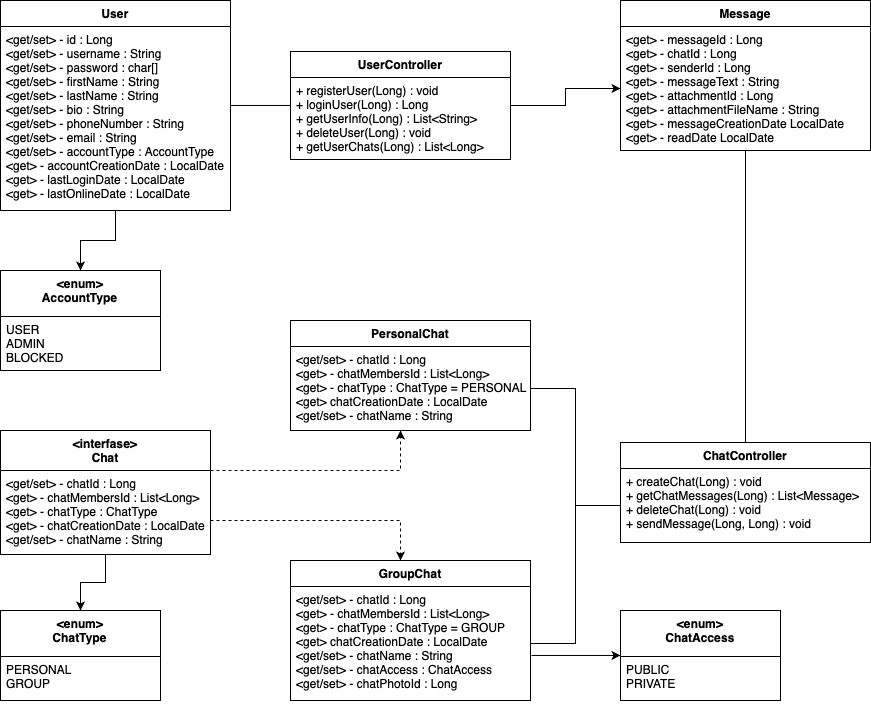
Before: media/UML.png, a diagram exported from draw.io (kirillmisnik/Edu-Netcracker_Messenger). Source tidied: cells renumbered, new cells last; positions are measured from the earlier drawing's top-left corner, leaving out a move shared by most shapes.
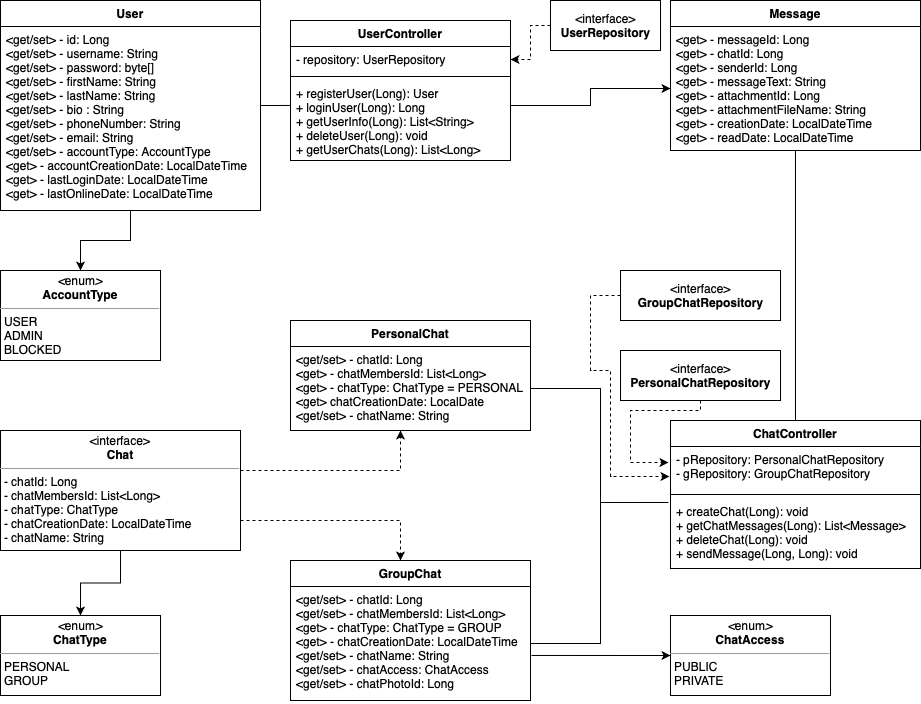
Later version of the same file.

Commit message:
User API update

Diff of the diagram source:
```diff
@@ -2,103 +2,140 @@
   <root>
     <mxCell id="0" />
     <mxCell id="1" parent="0" />
-    <mxCell id="2" style="edgeStyle=orthogonalEdgeStyle;rounded=0;jettySize=auto;html=1;entryX=0.5;entryY=0;entryDx=0;entryDy=0;startArrow=none;startFill=0;endArrow=classic;endFill=1;strokeColor=#000000;" parent="1" edge="1" source="4" target="22">
-      <mxGeometry relative="1" as="geometry" />
+    <mxCell id="2" style="edgeStyle=orthogonalEdgeStyle;rounded=0;jettySize=auto;html=1;entryX=0.5;entryY=0;entryDx=0;entryDy=0;startArrow=none;startFill=0;endArrow=classic;endFill=1;strokeColor=#000000;" parent="1" edge="1" source="4">
+      <mxGeometry relative="1" as="geometry">
+        <mxPoint x="80" y="270" as="targetPoint" />
+      </mxGeometry>
     </mxCell>
-    <mxCell id="3" style="edgeStyle=orthogonalEdgeStyle;rounded=0;jettySize=auto;html=1;entryX=0;entryY=0.341;entryDx=0;entryDy=0;entryPerimeter=0;endArrow=none;endFill=0;" parent="1" edge="1" source="4" target="8">
-      <mxGeometry relative="1" as="geometry" />
+    <mxCell id="3" style="edgeStyle=orthogonalEdgeStyle;rounded=0;jettySize=auto;html=1;entryX=0;entryY=0.341;entryDx=0;entryDy=0;entryPerimeter=0;endArrow=none;endFill=0;" parent="1" edge="1" source="4">
+      <mxGeometry relative="1" as="geometry">
+        <mxPoint x="290" y="105" as="targetPoint" />
+      </mxGeometry>
     </mxCell>
     <mxCell id="4" value="User" style="swimlane;fontStyle=1;align=center;verticalAlign=top;horizontal=1;startSize=26;" parent="1" vertex="1">
-      <mxGeometry width="230" height="210" as="geometry" />
+      <mxGeometry width="260" height="210" as="geometry" />
     </mxCell>
-    <mxCell id="5" value="&lt;get/set&gt; - id : Long&#10;&lt;get/set&gt; - username : String&#10;&lt;get/set&gt; - password : char[]&#10;&lt;get/set&gt; - firstName : String&#10;&lt;get/set&gt; - lastName : String&#10;&lt;get/set&gt; - bio : String&#10;&lt;get/set&gt; - phoneNumber : String&#10;&lt;get/set&gt; - email : String&#10;&lt;get/set&gt; - accountType : AccountType&#10;&lt;get&gt; - accountCreationDate : LocalDate&#10;&lt;get&gt; - lastLoginDate : LocalDate&#10;&lt;get&gt; - lastOnlineDate : LocalDate&#10;" style="text;align=left;verticalAlign=top;spacingLeft=4;spacingRight=4;overflow=hidden;" parent="4" vertex="1">
-      <mxGeometry y="26" width="230" height="184" as="geometry" />
+    <mxCell id="5" value="&lt;get/set&gt; - id: Long&#10;&lt;get/set&gt; - username: String&#10;&lt;get/set&gt; - password: byte[]&#10;&lt;get/set&gt; - firstName: String&#10;&lt;get/set&gt; - lastName: String&#10;&lt;get/set&gt; - bio : String&#10;&lt;get/set&gt; - phoneNumber: String&#10;&lt;get/set&gt; - email: String&#10;&lt;get/set&gt; - accountType: AccountType&#10;&lt;get&gt; - accountCreationDate: LocalDateTime&#10;&lt;get&gt; - lastLoginDate: LocalDateTime&#10;&lt;get&gt; - lastOnlineDate: LocalDateTime&#10;" style="text;align=left;verticalAlign=top;spacingLeft=4;spacingRight=4;overflow=hidden;" parent="4" vertex="1">
+      <mxGeometry y="26" width="260" height="184" as="geometry" />
     </mxCell>
-    <mxCell id="6" style="edgeStyle=orthogonalEdgeStyle;rounded=0;jettySize=auto;html=1;entryX=0;entryY=0.5;entryDx=0;entryDy=0;" parent="1" edge="1" source="7" target="21">
-      <mxGeometry relative="1" as="geometry" />
+    <mxCell id="6" style="edgeStyle=orthogonalEdgeStyle;rounded=0;jettySize=auto;html=1;entryX=0;entryY=0.5;entryDx=0;entryDy=0;" parent="1" edge="1" target="21">
+      <mxGeometry relative="1" as="geometry">
+        <mxPoint x="510" y="105" as="sourcePoint" />
+      </mxGeometry>
     </mxCell>
-    <mxCell id="7" value="UserController" style="swimlane;fontStyle=1;align=center;verticalAlign=top;horizontal=1;startSize=26;" parent="1" vertex="1">
-      <mxGeometry x="290" y="51" width="220" height="108" as="geometry" />
-    </mxCell>
-    <mxCell id="8" value="+ registerUser(Long) : void&#10;+ loginUser(Long) : Long&#10;+ getUserInfo(Long) : List&lt;String&gt;&#10;+ deleteUser(Long) : void&#10;+ getUserChats(Long) : List&lt;Long&gt;" style="text;strokeColor=none;fillColor=none;align=left;verticalAlign=top;spacingLeft=4;spacingRight=4;overflow=hidden;points=[[0,0.5],[1,0.5]];portConstraint=eastwest;" parent="7" vertex="1">
-      <mxGeometry y="26" width="220" height="82" as="geometry" />
-    </mxCell>
     <mxCell id="9" value="PersonalChat" style="swimlane;fontStyle=1;align=center;verticalAlign=top;horizontal=1;startSize=26;" parent="1" vertex="1">
       <mxGeometry x="290" y="320" width="240" height="110" as="geometry" />
     </mxCell>
-    <mxCell id="10" value="&lt;get/set&gt; - chatId : Long&#10;&lt;get&gt; - chatMembersId : List&lt;Long&gt;&#10;&lt;get&gt; - chatType : ChatType = PERSONAL&#10;&lt;get&gt; chatCreationDate : LocalDate&#10;&lt;get/set&gt; - chatName : String&#10;" style="text;strokeColor=none;fillColor=none;align=left;verticalAlign=top;spacingLeft=4;spacingRight=4;overflow=hidden;points=[[0,0.5],[1,0.5]];portConstraint=eastwest;" parent="9" vertex="1">
+    <mxCell id="10" value="&lt;get/set&gt; - chatId: Long&#10;&lt;get&gt; - chatMembersId: List&lt;Long&gt;&#10;&lt;get&gt; - chatType: ChatType = PERSONAL&#10;&lt;get&gt; chatCreationDate: LocalDate&#10;&lt;get/set&gt; - chatName: String&#10;" style="text;strokeColor=none;fillColor=none;align=left;verticalAlign=top;spacingLeft=4;spacingRight=4;overflow=hidden;points=[[0,0.5],[1,0.5]];portConstraint=eastwest;" parent="9" vertex="1">
       <mxGeometry y="26" width="240" height="84" as="geometry" />
     </mxCell>
-    <mxCell id="11" style="edgeStyle=orthogonalEdgeStyle;rounded=0;jettySize=auto;html=1;entryX=0.5;entryY=0;entryDx=0;entryDy=0;startArrow=none;startFill=0;endArrow=classic;endFill=1;strokeColor=#000000;" parent="1" edge="1" source="13" target="24">
+    <mxCell id="11" style="edgeStyle=orthogonalEdgeStyle;rounded=0;jettySize=auto;html=1;entryX=0.5;entryY=0;entryDx=0;entryDy=0;startArrow=none;startFill=0;endArrow=classic;endFill=1;strokeColor=#000000;exitX=0.5;exitY=1;exitDx=0;exitDy=0;" parent="1" edge="1" source="40" target="46">
       <mxGeometry relative="1" as="geometry" />
     </mxCell>
-    <mxCell id="12" style="edgeStyle=orthogonalEdgeStyle;rounded=0;jettySize=auto;html=1;dashed=1;startArrow=none;startFill=0;endArrow=classic;endFill=1;strokeColor=#000000;" parent="1" edge="1" source="13" target="15">
+    <mxCell id="12" style="edgeStyle=orthogonalEdgeStyle;rounded=0;jettySize=auto;html=1;dashed=1;startArrow=none;startFill=0;endArrow=classic;endFill=1;strokeColor=#000000;" parent="1" edge="1" source="40" target="15">
       <mxGeometry relative="1" as="geometry">
         <Array as="points">
           <mxPoint x="400" y="520" />
         </Array>
       </mxGeometry>
     </mxCell>
-    <mxCell id="13" value="&lt;interfase&gt;&#10;Chat" style="swimlane;fontStyle=1;align=center;verticalAlign=top;horizontal=1;startSize=40;" parent="1" vertex="1">
-      <mxGeometry y="430" width="210" height="124" as="geometry" />
-    </mxCell>
-    <mxCell id="14" value="&lt;get/set&gt; - chatId : Long&#10;&lt;get&gt; - chatMembersId : List&lt;Long&gt;&#10;&lt;get&gt; - chatType : ChatType&#10;&lt;get&gt; - chatCreationDate : LocalDate&#10;&lt;get/set&gt; - chatName : String" style="text;strokeColor=none;fillColor=none;align=left;verticalAlign=top;spacingLeft=4;spacingRight=4;overflow=hidden;points=[[0,0.5],[1,0.5]];portConstraint=eastwest;" parent="13" vertex="1">
-      <mxGeometry y="40" width="210" height="84" as="geometry" />
-    </mxCell>
     <mxCell id="15" value="GroupChat" style="swimlane;fontStyle=1;align=center;verticalAlign=top;horizontal=1;startSize=26;" parent="1" vertex="1">
       <mxGeometry x="290" y="560" width="240" height="140" as="geometry" />
     </mxCell>
-    <mxCell id="16" value="&lt;get/set&gt; - chatId : Long&#10;&lt;get&gt; - chatMembersId : List&lt;Long&gt;&#10;&lt;get&gt; - chatType : ChatType = GROUP&#10;&lt;get&gt; chatCreationDate : LocalDate&#10;&lt;get/set&gt; - chatName : String&#10;&lt;get/set&gt; - chatAccess : ChatAccess&#10;&lt;get/set&gt; - chatPhotoId : Long&#10;&#10;" style="text;strokeColor=none;fillColor=none;align=left;verticalAlign=top;spacingLeft=4;spacingRight=4;overflow=hidden;points=[[0,0.5],[1,0.5]];portConstraint=eastwest;" parent="15" vertex="1">
+    <mxCell id="16" value="&lt;get/set&gt; - chatId: Long&#10;&lt;get/set&gt; - chatMembersId: List&lt;Long&gt;&#10;&lt;get&gt; - chatType: ChatType = GROUP&#10;&lt;get&gt; - chatCreationDate: LocalDateTime&#10;&lt;get/set&gt; - chatName: String&#10;&lt;get/set&gt; - chatAccess: ChatAccess&#10;&lt;get/set&gt; - chatPhotoId: Long&#10;&#10;" style="text;strokeColor=none;fillColor=none;align=left;verticalAlign=top;spacingLeft=4;spacingRight=4;overflow=hidden;points=[[0,0.5],[1,0.5]];portConstraint=eastwest;" parent="15" vertex="1">
       <mxGeometry y="26" width="240" height="114" as="geometry" />
     </mxCell>
-    <mxCell id="17" value="ChatController" style="swimlane;fontStyle=1;align=center;verticalAlign=top;horizontal=1;startSize=26;" parent="1" vertex="1">
-      <mxGeometry x="620" y="442" width="250" height="100" as="geometry" />
-    </mxCell>
-    <mxCell id="18" value="+ createChat(Long) : void&#10;+ getChatMessages(Long) : List&lt;Message&gt;&#10;+ deleteChat(Long) : void&#10;+ sendMessage(Long, Long) : void" style="text;strokeColor=none;fillColor=none;align=left;verticalAlign=top;spacingLeft=4;spacingRight=4;overflow=hidden;points=[[0,0.5],[1,0.5]];portConstraint=eastwest;" parent="17" vertex="1">
-      <mxGeometry y="26" width="250" height="74" as="geometry" />
-    </mxCell>
     <mxCell id="19" style="edgeStyle=orthogonalEdgeStyle;rounded=0;jettySize=auto;html=1;entryX=0.5;entryY=0;entryDx=0;entryDy=0;startArrow=none;startFill=0;endArrow=none;endFill=0;strokeColor=#000000;" parent="1" edge="1" source="20" target="17">
       <mxGeometry relative="1" as="geometry" />
     </mxCell>
     <mxCell id="20" value="Message" style="swimlane;fontStyle=1;align=center;verticalAlign=top;horizontal=1;startSize=26;" parent="1" vertex="1">
-      <mxGeometry x="620" width="250" height="150" as="geometry" />
+      <mxGeometry x="670" width="250" height="150" as="geometry" />
     </mxCell>
-    <mxCell id="21" value="&lt;get&gt; - messageId : Long&#10;&lt;get&gt; - chatId : Long&#10;&lt;get&gt; - senderId : Long&#10;&lt;get&gt; - messageText : String&#10;&lt;get&gt; - attachmentId : Long&#10;&lt;get&gt; - attachmentFileName : String&#10;&lt;get&gt; - messageCreationDate LocalDate&#10;&lt;get&gt; - readDate LocalDate" style="text;strokeColor=none;fillColor=none;align=left;verticalAlign=top;spacingLeft=4;spacingRight=4;overflow=hidden;points=[[0,0.5],[1,0.5]];portConstraint=eastwest;" parent="20" vertex="1">
+    <mxCell id="21" value="&lt;get&gt; - messageId: Long&#10;&lt;get&gt; - chatId: Long&#10;&lt;get&gt; - senderId: Long&#10;&lt;get&gt; - messageText: String&#10;&lt;get&gt; - attachmentId: Long&#10;&lt;get&gt; - attachmentFileName: String&#10;&lt;get&gt; - creationDate: LocalDateTime&#10;&lt;get&gt; - readDate: LocalDateTime" style="text;strokeColor=none;fillColor=none;align=left;verticalAlign=top;spacingLeft=4;spacingRight=4;overflow=hidden;points=[[0,0.5],[1,0.5]];portConstraint=eastwest;" parent="20" vertex="1">
       <mxGeometry y="26" width="250" height="124" as="geometry" />
     </mxCell>
-    <mxCell id="22" value="&lt;enum&gt;&#10;AccountType" style="swimlane;fontStyle=1;align=center;verticalAlign=top;horizontal=1;startSize=46;" parent="1" vertex="1">
-      <mxGeometry y="270" width="160" height="100" as="geometry" />
-    </mxCell>
-    <mxCell id="23" value="USER&#10;ADMIN&#10;BLOCKED" style="text;strokeColor=none;fillColor=none;align=left;verticalAlign=top;spacingLeft=4;spacingRight=4;overflow=hidden;" parent="22" vertex="1">
-      <mxGeometry y="46" width="160" height="54" as="geometry" />
-    </mxCell>
-    <mxCell id="24" value="&lt;enum&gt;&#10;ChatType" style="swimlane;fontStyle=1;align=center;verticalAlign=top;horizontal=1;startSize=46;" parent="1" vertex="1">
-      <mxGeometry y="610" width="160" height="90" as="geometry" />
-    </mxCell>
-    <mxCell id="25" value="PERSONAL&#10;GROUP" style="text;strokeColor=none;fillColor=none;align=left;verticalAlign=top;spacingLeft=4;spacingRight=4;overflow=hidden;" parent="24" vertex="1">
-      <mxGeometry y="46" width="160" height="44" as="geometry" />
-    </mxCell>
-    <mxCell id="26" style="edgeStyle=orthogonalEdgeStyle;rounded=0;jettySize=auto;html=1;startArrow=none;startFill=0;endArrow=classic;endFill=1;strokeColor=#000000;dashed=1;" parent="1" edge="1" source="14" target="9">
+    <mxCell id="26" style="edgeStyle=orthogonalEdgeStyle;rounded=0;jettySize=auto;html=1;startArrow=none;startFill=0;endArrow=classic;endFill=1;strokeColor=#000000;dashed=1;" parent="1" edge="1" source="40" target="9">
       <mxGeometry relative="1" as="geometry">
         <Array as="points">
           <mxPoint x="400" y="470" />
         </Array>
       </mxGeometry>
     </mxCell>
-    <mxCell id="27" style="edgeStyle=orthogonalEdgeStyle;rounded=0;jettySize=auto;html=1;entryX=0;entryY=0.5;entryDx=0;entryDy=0;startArrow=none;startFill=0;endArrow=none;endFill=0;strokeColor=#000000;" parent="1" edge="1" source="10" target="18">
+    <mxCell id="27" style="edgeStyle=orthogonalEdgeStyle;rounded=0;jettySize=auto;html=1;entryX=-0.012;entryY=0.057;entryDx=0;entryDy=0;startArrow=none;startFill=0;endArrow=none;endFill=0;strokeColor=#000000;entryPerimeter=0;" parent="1" edge="1" source="10" target="39">
       <mxGeometry relative="1" as="geometry" />
     </mxCell>
-    <mxCell id="28" style="edgeStyle=orthogonalEdgeStyle;rounded=0;jettySize=auto;html=1;entryX=0;entryY=0.5;entryDx=0;entryDy=0;startArrow=none;startFill=0;endArrow=none;endFill=0;strokeColor=#000000;" parent="1" edge="1" source="16" target="18">
+    <mxCell id="28" style="edgeStyle=orthogonalEdgeStyle;rounded=0;jettySize=auto;html=1;entryX=-0.008;entryY=0.057;entryDx=0;entryDy=0;startArrow=none;startFill=0;endArrow=none;endFill=0;strokeColor=#000000;entryPerimeter=0;" parent="1" edge="1" source="16" target="39">
       <mxGeometry relative="1" as="geometry" />
     </mxCell>
-    <mxCell id="29" style="edgeStyle=orthogonalEdgeStyle;rounded=0;jettySize=auto;html=1;startArrow=classic;startFill=1;endArrow=none;endFill=0;strokeColor=#000000;entryX=1.004;entryY=0.605;entryDx=0;entryDy=0;entryPerimeter=0;" parent="1" edge="1" source="30" target="16">
+    <mxCell id="29" style="edgeStyle=orthogonalEdgeStyle;rounded=0;jettySize=auto;html=1;startArrow=classic;startFill=1;endArrow=none;endFill=0;strokeColor=#000000;entryX=1.004;entryY=0.605;entryDx=0;entryDy=0;entryPerimeter=0;exitX=0;exitY=0.5;exitDx=0;exitDy=0;" parent="1" edge="1" source="47" target="16">
       <mxGeometry relative="1" as="geometry" />
     </mxCell>
-    <mxCell id="30" value="&lt;enum&gt;&#10;ChatAccess" style="swimlane;fontStyle=1;align=center;verticalAlign=top;horizontal=1;startSize=46;" parent="1" vertex="1">
-      <mxGeometry x="620" y="610" width="160" height="90" as="geometry" />
-    </mxCell>
-    <mxCell id="31" value="PUBLIC&#10;PRIVATE" style="text;strokeColor=none;fillColor=none;align=left;verticalAlign=top;spacingLeft=4;spacingRight=4;overflow=hidden;" parent="30" vertex="1">
-      <mxGeometry y="46" width="160" height="44" as="geometry" />
-    </mxCell>
+    <mxCell id="7" value="UserController" style="swimlane;fontStyle=1;align=center;verticalAlign=top;horizontal=1;startSize=26;" parent="1" vertex="1">
+      <mxGeometry x="290" y="20" width="220" height="140" as="geometry" />
+    </mxCell>
+    <mxCell id="32" value="- repository: UserRepository" style="text;strokeColor=none;fillColor=none;align=left;verticalAlign=top;spacingLeft=4;spacingRight=4;overflow=hidden;points=[[0,0.5],[1,0.5]];portConstraint=eastwest;" parent="7" vertex="1">
+      <mxGeometry y="26" width="220" height="26" as="geometry" />
+    </mxCell>
+    <mxCell id="33" style="line;strokeWidth=1;fillColor=none;align=left;verticalAlign=middle;spacingTop=-1;spacingLeft=3;spacingRight=3;labelPosition=right;" parent="7" vertex="1">
+      <mxGeometry y="52" width="220" height="8" as="geometry" />
+    </mxCell>
+    <mxCell id="34" value="+ registerUser(Long): User&#10;+ loginUser(Long): Long&#10;+ getUserInfo(Long): List&lt;String&gt;&#10;+ deleteUser(Long): void&#10;+ getUserChats(Long): List&lt;Long&gt;" style="text;strokeColor=none;fillColor=none;align=left;verticalAlign=top;spacingLeft=4;spacingRight=4;overflow=hidden;" parent="7" vertex="1">
+      <mxGeometry y="60" width="220" height="80" as="geometry" />
+    </mxCell>
+    <mxCell id="35" style="edgeStyle=orthogonalEdgeStyle;rounded=0;jettySize=auto;html=1;entryX=1;entryY=0.5;entryDx=0;entryDy=0;dashed=1;" parent="1" edge="1" source="36" target="32">
+      <mxGeometry relative="1" as="geometry" />
+    </mxCell>
+    <mxCell id="36" value="&amp;lt;interface&amp;gt;&lt;br&gt;&lt;b&gt;UserRepository&lt;/b&gt;" style="html=1;" parent="1" vertex="1">
+      <mxGeometry x="550" width="110" height="50" as="geometry" />
+    </mxCell>
+    <mxCell id="17" value="ChatController" style="swimlane;fontStyle=1;align=center;verticalAlign=top;horizontal=1;startSize=26;" parent="1" vertex="1">
+      <mxGeometry x="670" y="420" width="250" height="148" as="geometry" />
+    </mxCell>
+    <mxCell id="37" value="- pRepository: PersonalChatRepository&#10;- gRepository: GroupChatRepository" style="text;strokeColor=none;fillColor=none;align=left;verticalAlign=top;spacingLeft=4;spacingRight=4;overflow=hidden;points=[[0,0.5],[1,0.5]];portConstraint=eastwest;" parent="17" vertex="1">
+      <mxGeometry y="26" width="250" height="44" as="geometry" />
+    </mxCell>
+    <mxCell id="38" style="line;strokeWidth=1;fillColor=none;align=left;verticalAlign=middle;spacingTop=-1;spacingLeft=3;spacingRight=3;labelPosition=right;" parent="17" vertex="1">
+      <mxGeometry y="70" width="250" height="8" as="geometry" />
+    </mxCell>
+    <mxCell id="39" value="+ createChat(Long): void&#10;+ getChatMessages(Long): List&lt;Message&gt;&#10;+ deleteChat(Long): void&#10;+ sendMessage(Long, Long): void" style="text;strokeColor=none;fillColor=none;align=left;verticalAlign=top;spacingLeft=4;spacingRight=4;overflow=hidden;points=[[0,0.5],[1,0.5]];portConstraint=eastwest;" parent="17" vertex="1">
+      <mxGeometry y="78" width="250" height="70" as="geometry" />
+    </mxCell>
+    <mxCell id="40" value="&lt;p style=&quot;margin: 0px ; margin-top: 4px ; text-align: center&quot;&gt;&amp;lt;interface&amp;gt;&lt;br&gt;&lt;b&gt;Chat&lt;/b&gt;&lt;br&gt;&lt;/p&gt;&lt;hr size=&quot;1&quot;&gt;&lt;p style=&quot;margin: 0px ; margin-left: 4px&quot;&gt;- chatId: Long&lt;br style=&quot;padding: 0px ; margin: 0px&quot;&gt;- chatMembersId: List&amp;lt;Long&amp;gt;&lt;br style=&quot;padding: 0px ; margin: 0px&quot;&gt;- chatType: ChatType&lt;br style=&quot;padding: 0px ; margin: 0px&quot;&gt;- chatCreationDate:&amp;nbsp;LocalDateTime&lt;br style=&quot;padding: 0px ; margin: 0px&quot;&gt;- chatName: String&lt;br&gt;&lt;/p&gt;&lt;p style=&quot;margin: 0px ; margin-left: 4px&quot;&gt;&lt;br&gt;&lt;/p&gt;" style="verticalAlign=top;align=left;overflow=fill;fontSize=12;fontFamily=Helvetica;html=1;" parent="1" vertex="1">
+      <mxGeometry y="430" width="240" height="120" as="geometry" />
+    </mxCell>
+    <mxCell id="41" style="edgeStyle=orthogonalEdgeStyle;rounded=0;jettySize=auto;html=1;entryX=-0.004;entryY=0.682;entryDx=0;entryDy=0;entryPerimeter=0;dashed=1;" parent="1" edge="1" source="42" target="37">
+      <mxGeometry relative="1" as="geometry">
+        <Array as="points">
+          <mxPoint x="590" y="295" />
+          <mxPoint x="590" y="370" />
+          <mxPoint x="610" y="370" />
+          <mxPoint x="610" y="476" />
+        </Array>
+      </mxGeometry>
+    </mxCell>
+    <mxCell id="42" value="&amp;lt;interface&amp;gt;&lt;br&gt;&lt;span style=&quot;text-align: left&quot;&gt;&lt;b&gt;GroupChatRepository&lt;/b&gt;&lt;/span&gt;" style="html=1;" parent="1" vertex="1">
+      <mxGeometry x="620" y="270" width="160" height="50" as="geometry" />
+    </mxCell>
+    <mxCell id="43" style="edgeStyle=orthogonalEdgeStyle;rounded=0;jettySize=auto;html=1;entryX=-0.008;entryY=0.364;entryDx=0;entryDy=0;entryPerimeter=0;dashed=1;" parent="1" edge="1" source="44" target="37">
+      <mxGeometry relative="1" as="geometry">
+        <Array as="points">
+          <mxPoint x="700" y="410" />
+          <mxPoint x="630" y="410" />
+          <mxPoint x="630" y="462" />
+        </Array>
+      </mxGeometry>
+    </mxCell>
+    <mxCell id="44" value="&amp;lt;interface&amp;gt;&lt;br&gt;&lt;span style=&quot;text-align: left&quot;&gt;&lt;b&gt;PersonalChatRepository&lt;/b&gt;&lt;/span&gt;" style="html=1;" parent="1" vertex="1">
+      <mxGeometry x="620" y="350" width="160" height="50" as="geometry" />
+    </mxCell>
+    <mxCell id="45" value="&lt;p style=&quot;margin: 0px ; margin-top: 4px ; text-align: center&quot;&gt;&lt;i&gt;&amp;lt;&lt;/i&gt;enum&lt;i&gt;&amp;gt;&lt;/i&gt;&lt;br&gt;&lt;span style=&quot;font-weight: bold&quot;&gt;AccountType&lt;/span&gt;&lt;br&gt;&lt;/p&gt;&lt;hr size=&quot;1&quot;&gt;&lt;p style=&quot;margin: 0px ; margin-left: 4px&quot;&gt;USER&lt;br style=&quot;padding: 0px ; margin: 0px&quot;&gt;ADMIN&lt;br style=&quot;padding: 0px ; margin: 0px&quot;&gt;BLOCKED&lt;br&gt;&lt;/p&gt;" style="verticalAlign=top;align=left;overflow=fill;fontSize=12;fontFamily=Helvetica;html=1;" parent="1" vertex="1">
+      <mxGeometry y="270" width="160" height="90" as="geometry" />
+    </mxCell>
+    <mxCell id="46" value="&lt;p style=&quot;margin: 0px ; margin-top: 4px ; text-align: center&quot;&gt;&lt;i&gt;&amp;lt;&lt;/i&gt;enum&lt;i&gt;&amp;gt;&lt;/i&gt;&lt;br&gt;&lt;b&gt;ChatType&lt;/b&gt;&lt;/p&gt;&lt;hr size=&quot;1&quot;&gt;&lt;p style=&quot;margin: 0px ; margin-left: 4px&quot;&gt;PERSONAL&lt;br style=&quot;padding: 0px ; margin: 0px&quot;&gt;GROUP&lt;br&gt;&lt;/p&gt;" style="verticalAlign=top;align=left;overflow=fill;fontSize=12;fontFamily=Helvetica;html=1;" parent="1" vertex="1">
+      <mxGeometry y="615" width="160" height="80" as="geometry" />
+    </mxCell>
+    <mxCell id="47" value="&lt;p style=&quot;margin: 0px ; margin-top: 4px ; text-align: center&quot;&gt;&lt;i&gt;&amp;lt;&lt;/i&gt;enum&lt;i&gt;&amp;gt;&lt;/i&gt;&lt;br&gt;&lt;span style=&quot;font-weight: bold&quot;&gt;ChatAccess&lt;/span&gt;&lt;br&gt;&lt;/p&gt;&lt;hr size=&quot;1&quot;&gt;&lt;p style=&quot;margin: 0px ; margin-left: 4px&quot;&gt;PUBLIC&lt;br style=&quot;padding: 0px ; margin: 0px&quot;&gt;PRIVATE&lt;br&gt;&lt;/p&gt;" style="verticalAlign=top;align=left;overflow=fill;fontSize=12;fontFamily=Helvetica;html=1;" parent="1" vertex="1">
+      <mxGeometry x="670" y="615" width="160" height="80" as="geometry" />
+    </mxCell>
   </root>
 </mxGraphModel>
```
